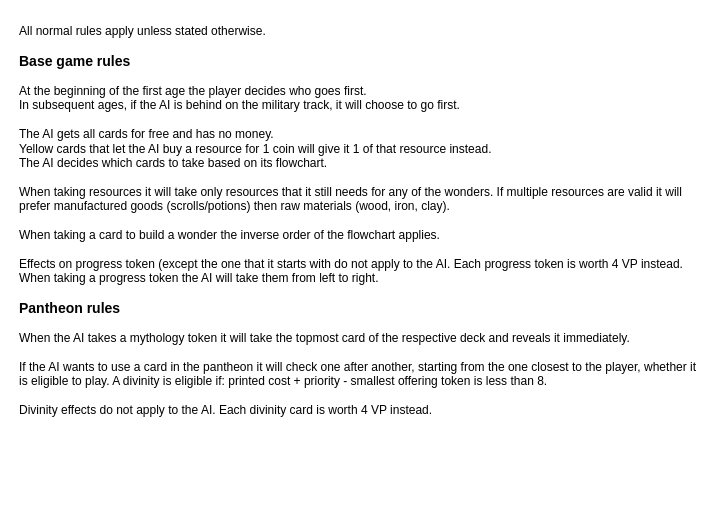
Before: Rules.drawio in MadCowDevelopment/7WondersDuelBots, a draw.io diagram. Source tidied: cells renumbered, new cells numbered last; positions are measured from the earlier drawing's top-left corner, leaving out a move shared by most shapes. Both pictures are drawn from the tidied source at 100%, with x=0, y=0 at pixel (17, 17).
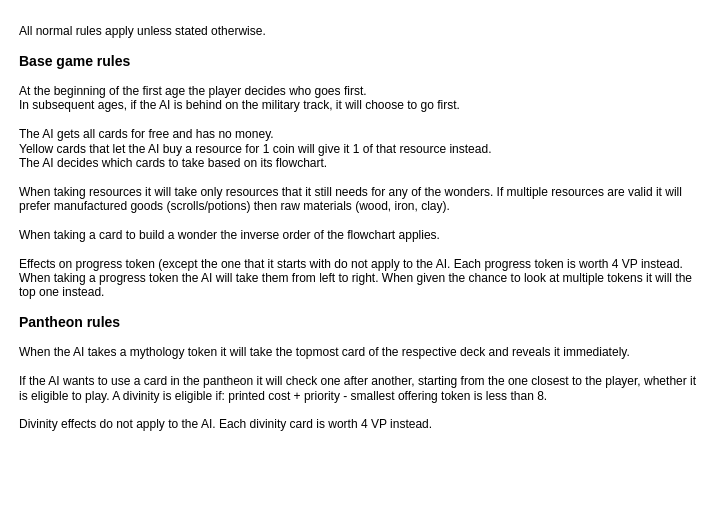
The same page after the edit.

Change to the diagram source:
```diff
@@
 <mxGraphModel>
   <root>
     <mxCell id="0" />
     <mxCell id="1" parent="0" />
-    <mxCell id="2" value="All normal rules apply unless stated otherwise.&lt;br&gt;&lt;span&gt;&lt;b&gt;&lt;br&gt;&lt;font style=&quot;font-size: 14px&quot;&gt;Base game rules&lt;/font&gt;&lt;/b&gt;&lt;/span&gt;&lt;br&gt;&lt;span&gt;&lt;br&gt;&lt;/span&gt;At the beginning of the first age the player decides who goes first.&lt;br&gt;In subsequent ages, if the AI is behind on the military track, it will choose to go first.&amp;nbsp;&lt;span&gt;&lt;br&gt;&lt;/span&gt;&lt;br&gt;&lt;span&gt;The AI gets all cards for free and has no money.&lt;/span&gt;&lt;br&gt;&lt;span&gt;Yellow cards that let the AI buy a resource for 1 coin will give it 1 of that resource instead.&lt;/span&gt;&lt;br&gt;&lt;span&gt;The AI decides which cards to take based on its flowchart.&lt;/span&gt;&lt;br&gt;&lt;br&gt;&lt;span&gt;When taking resources it will take only resources that it still needs for any of the wonders. If multiple resources are valid it will prefer manufactured goods (scrolls/potions) then raw materials (wood, iron, clay).&lt;br&gt;&lt;/span&gt;&lt;br&gt;&lt;span&gt;When taking a card to build a wonder the inverse order of the flowchart applies.&lt;br&gt;&lt;/span&gt;&lt;br&gt;Effects on progress token (except the one that it starts with do not apply to the AI. Each progress token is worth 4 VP instead.&lt;br&gt;When taking a progress token the AI will take them from left to right.&lt;br&gt;&lt;b&gt;&lt;br&gt;&lt;font style=&quot;font-size: 14px&quot;&gt;Pantheon rules&lt;/font&gt;&lt;br&gt;&lt;/b&gt;&lt;br&gt;When the AI takes a mythology token it will take the topmost card of the respective deck and reveals it immediately.&lt;br&gt;&lt;br&gt;If the AI wants to use a card in the pantheon it will check one after another, starting from the one closest to the player, whether it is eligible to play. A divinity is eligible if: printed cost + priority - smallest offering token is less than 8.&lt;br&gt;&lt;br&gt;Divinity effects do not apply to the AI. Each divinity card is worth 4 VP instead.&lt;br&gt;&lt;br&gt;&lt;br&gt;" style="text;html=1;strokeColor=none;fillColor=none;align=left;verticalAlign=top;whiteSpace=wrap;rounded=0;" parent="1" vertex="1">
+    <mxCell id="2" value="All normal rules apply unless stated otherwise.&lt;br&gt;&lt;span&gt;&lt;b&gt;&lt;br&gt;&lt;font style=&quot;font-size: 14px&quot;&gt;Base game rules&lt;/font&gt;&lt;/b&gt;&lt;/span&gt;&lt;br&gt;&lt;span&gt;&lt;br&gt;&lt;/span&gt;At the beginning of the first age the player decides who goes first.&lt;br&gt;In subsequent ages, if the AI is behind on the military track, it will choose to go first.&amp;nbsp;&lt;span&gt;&lt;br&gt;&lt;/span&gt;&lt;br&gt;&lt;span&gt;The AI gets all cards for free and has no money.&lt;/span&gt;&lt;br&gt;&lt;span&gt;Yellow cards that let the AI buy a resource for 1 coin will give it 1 of that resource instead.&lt;/span&gt;&lt;br&gt;&lt;span&gt;The AI decides which cards to take based on its flowchart.&lt;/span&gt;&lt;br&gt;&lt;br&gt;&lt;span&gt;When taking resources it will take only resources that it still needs for any of the wonders. If multiple resources are valid it will prefer manufactured goods (scrolls/potions) then raw materials (wood, iron, clay).&lt;br&gt;&lt;/span&gt;&lt;br&gt;&lt;span&gt;When taking a card to build a wonder the inverse order of the flowchart applies.&lt;br&gt;&lt;/span&gt;&lt;br&gt;Effects on progress token (except the one that it starts with do not apply to the AI. Each progress token is worth 4 VP instead.&lt;br&gt;When taking a progress token the AI will take them from left to right. When given the chance to look at multiple tokens it will the top one instead.&lt;br&gt;&lt;b&gt;&lt;br&gt;&lt;font style=&quot;font-size: 14px&quot;&gt;Pantheon rules&lt;/font&gt;&lt;br&gt;&lt;/b&gt;&lt;br&gt;When the AI takes a mythology token it will take the topmost card of the respective deck and reveals it immediately.&lt;br&gt;&lt;br&gt;If the AI wants to use a card in the pantheon it will check one after another, starting from the one closest to the player, whether it is eligible to play. A divinity is eligible if: printed cost + priority - smallest offering token is less than 8.&lt;br&gt;&lt;br&gt;Divinity effects do not apply to the AI. Each divinity card is worth 4 VP instead.&lt;br&gt;&lt;br&gt;&lt;br&gt;" style="text;html=1;strokeColor=none;fillColor=none;align=left;verticalAlign=top;whiteSpace=wrap;rounded=0;" parent="1" vertex="1">
       <mxGeometry width="690" height="480" as="geometry" />
     </mxCell>
   </root>
 </mxGraphModel>
```
